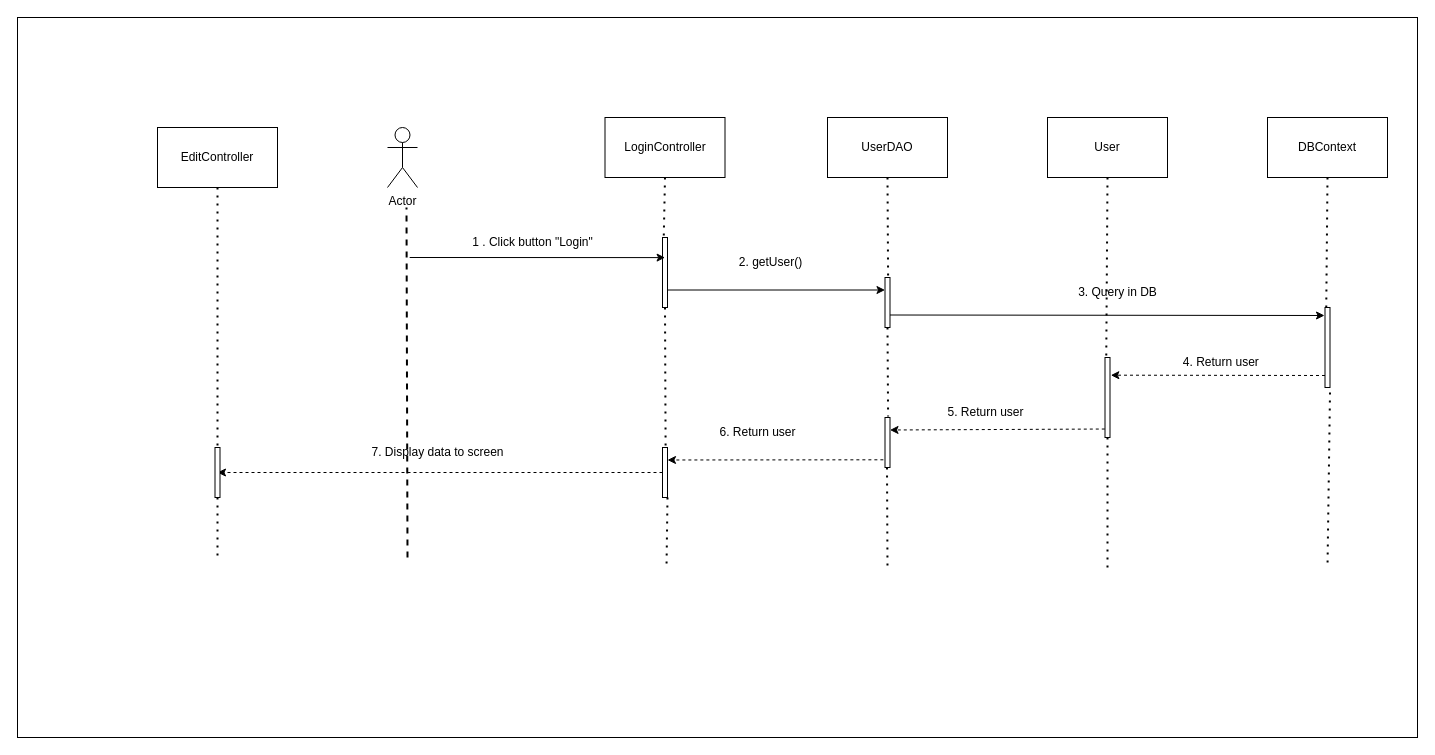
baspdd/desktop-tutorial keeps this draw.io diagram as page "Page-4" (4 of 6) of te1.drawio. Above is the earlier version. Source tidied: cells renumbered, new cells numbered last; positions are measured from the earlier drawing's top-left corner, leaving out a move shared by most shapes. Both pictures are drawn from the tidied source at 100%, with x=0, y=0 at pixel (17, 17).
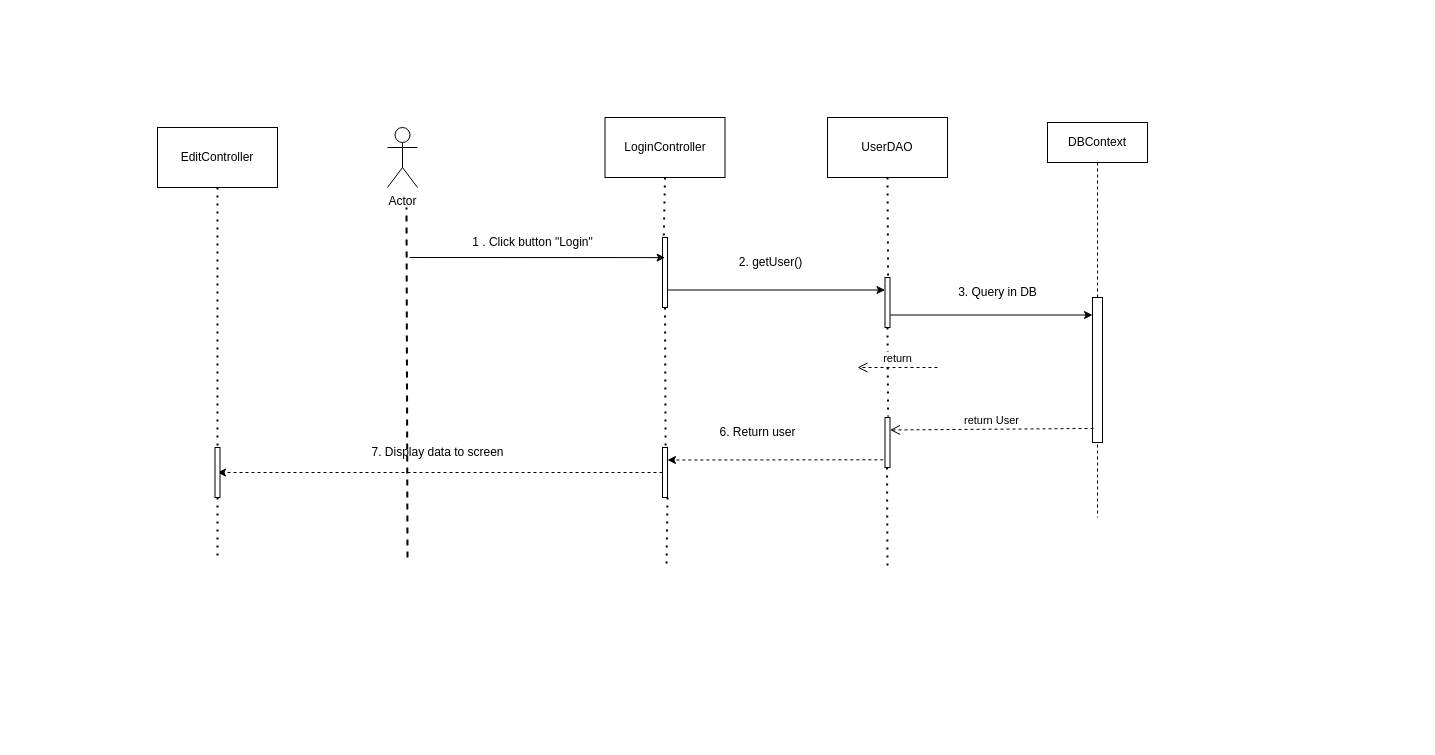
The same diagram, later.

Unchanged cells that the change refers to:
```xml
<mxCell id="8" style="rounded=0;whiteSpace=wrap;html=1;fontColor=none;fillColor=default;" parent="1" vertex="1">
  <mxGeometry x="867.5" y="260" width="5" height="50" as="geometry" />
</mxCell>
<mxCell id="32" style="rounded=0;whiteSpace=wrap;html=1;fontColor=none;fillColor=default;" parent="1" vertex="1">
  <mxGeometry x="867.5" y="400" width="5" height="50" as="geometry" />
</mxCell>
```

What changed in the source:
```diff
@@
-    <mxCell id="2" style="rounded=0;whiteSpace=wrap;html=1;" parent="1" vertex="1">
-      <mxGeometry width="1400" height="720" as="geometry" />
-    </mxCell>
@@
-    <mxCell id="13" value="DBContext" style="rounded=0;whiteSpace=wrap;html=1;fontColor=none;fillColor=default;" parent="1" vertex="1">
-      <mxGeometry x="1250" y="100" width="120" height="60" as="geometry" />
-    </mxCell>
-    <mxCell id="14" style="rounded=0;whiteSpace=wrap;html=1;fontColor=none;fillColor=default;" parent="1" vertex="1">
-      <mxGeometry x="1307.5" y="290" width="5" height="80" as="geometry" />
-    </mxCell>
-    <mxCell id="15" style="endArrow=none;dashed=1;html=1;dashPattern=1 3;strokeWidth=2;rounded=1;fontColor=none;entryX=0.25;entryY=0;entryDx=0;entryDy=0;exitX=0.5;exitY=1;exitDx=0;exitDy=0;" parent="1" edge="1" source="13" target="14">
-      <mxGeometry relative="1" as="geometry" />
-    </mxCell>
-    <mxCell id="16" value="User" style="rounded=0;whiteSpace=wrap;html=1;fontColor=none;fillColor=default;" parent="1" vertex="1">
-      <mxGeometry x="1030" y="100" width="120" height="60" as="geometry" />
-    </mxCell>
-    <mxCell id="17" style="rounded=0;whiteSpace=wrap;html=1;fontColor=none;fillColor=default;" parent="1" vertex="1">
-      <mxGeometry x="1087.5" y="340" width="5" height="80" as="geometry" />
-    </mxCell>
-    <mxCell id="18" style="endArrow=none;dashed=1;html=1;dashPattern=1 3;strokeWidth=2;rounded=1;fontColor=none;entryX=0.25;entryY=0;entryDx=0;entryDy=0;startArrow=none;exitX=0.5;exitY=1;exitDx=0;exitDy=0;" parent="1" edge="1" source="16" target="17">
-      <mxGeometry relative="1" as="geometry" />
-    </mxCell>
-    <mxCell id="19" style="endArrow=classic;html=1;rounded=1;fontColor=none;exitX=1;exitY=0.75;exitDx=0;exitDy=0;" parent="1" edge="1" source="8">
-      <mxGeometry relative="1" as="geometry">
-        <mxPoint x="1307" y="298" as="targetPoint" />
-      </mxGeometry>
+    <mxCell id="19" style="endArrow=classic;html=1;rounded=1;fontColor=none;exitX=1;exitY=0.75;exitDx=0;exitDy=0;" parent="1" edge="1" source="8" target="43">
+      <mxGeometry relative="1" as="geometry" />
     </mxCell>
-    <mxCell id="20" style="endArrow=classic;html=1;rounded=1;fontColor=none;entryX=1.167;entryY=0.221;entryDx=0;entryDy=0;entryPerimeter=0;exitX=0;exitY=0.85;exitDx=0;exitDy=0;exitPerimeter=0;dashed=1;" parent="1" edge="1" source="14" target="17">
-      <mxGeometry relative="1" as="geometry" />
-    </mxCell>
-    <mxCell id="21" value="4. Return user&amp;nbsp;" style="text;html=1;align=center;verticalAlign=middle;strokeColor=none;fillColor=none;fontColor=none;" parent="1" vertex="1">
-      <mxGeometry x="1155" y="330" width="100" height="30" as="geometry" />
-    </mxCell>
-    <mxCell id="22" style="endArrow=classic;html=1;rounded=1;fontColor=none;exitX=-0.043;exitY=0.894;exitDx=0;exitDy=0;exitPerimeter=0;dashed=1;entryX=1;entryY=0.25;entryDx=0;entryDy=0;" parent="1" edge="1" source="17" target="32">
-      <mxGeometry relative="1" as="geometry" />
-    </mxCell>
-    <mxCell id="23" value="5. Return user" style="text;html=1;align=center;verticalAlign=middle;strokeColor=none;fillColor=none;fontColor=none;" parent="1" vertex="1">
-      <mxGeometry x="917.5" y="380" width="100" height="30" as="geometry" />
-    </mxCell>
@@
-    <mxCell id="28" style="endArrow=none;dashed=1;html=1;dashPattern=1 3;strokeWidth=2;rounded=1;fontColor=none;exitX=0.5;exitY=1;exitDx=0;exitDy=0;" parent="1" edge="1" source="17">
-      <mxGeometry relative="1" as="geometry">
-        <mxPoint x="1090" y="550" as="targetPoint" />
-      </mxGeometry>
-    </mxCell>
@@
     <mxCell id="31" value="3. Query in DB" style="text;html=1;align=center;verticalAlign=middle;strokeColor=none;fillColor=none;fontColor=none;" parent="1" vertex="1">
-      <mxGeometry x="1050" y="260" width="100" height="30" as="geometry" />
+      <mxGeometry x="930" y="260" width="100" height="30" as="geometry" />
     </mxCell>
@@
-    <mxCell id="39" style="endArrow=none;dashed=1;html=1;dashPattern=1 3;strokeWidth=2;rounded=1;fontColor=none;exitX=0.5;exitY=1;exitDx=0;exitDy=0;" parent="1" edge="1">
-      <mxGeometry relative="1" as="geometry">
-        <mxPoint x="1312.5" y="375" as="sourcePoint" />
-        <mxPoint x="1310" y="550" as="targetPoint" />
-      </mxGeometry>
-    </mxCell>
@@
+    <mxCell id="13" value="DBContext" style="shape=umlLifeline;perimeter=lifelinePerimeter;whiteSpace=wrap;html=1;outlineConnect=0;" parent="1" vertex="1">
+      <mxGeometry x="1030" y="105" width="100" height="395" as="geometry" />
+    </mxCell>
+    <mxCell id="43" style="html=1;points=[];perimeter=orthogonalPerimeter;" parent="13" vertex="1">
+      <mxGeometry x="45" y="175" width="10" height="145" as="geometry" />
+    </mxCell>
+    <mxCell id="44" value="return" style="html=1;verticalAlign=bottom;endArrow=open;dashed=1;endSize=8;rounded=0;" parent="1" edge="1">
+      <mxGeometry relative="1" as="geometry">
+        <mxPoint x="920" y="350" as="sourcePoint" />
+        <mxPoint x="840" y="350" as="targetPoint" />
+      </mxGeometry>
+    </mxCell>
+    <mxCell id="45" value="return User" style="html=1;verticalAlign=bottom;endArrow=open;dashed=1;endSize=8;rounded=0;exitX=0.1;exitY=0.903;exitDx=0;exitDy=0;exitPerimeter=0;entryX=1;entryY=0.25;entryDx=0;entryDy=0;" parent="1" edge="1" source="43" target="32">
+      <mxGeometry relative="1" as="geometry" />
+    </mxCell>
```
